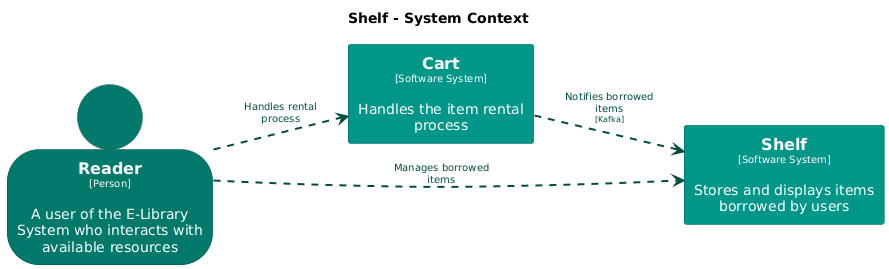
The PlantUML diagram main/png/SystemContext-002.png in Goodmorning918/E-Library-Architecture, before a commit.
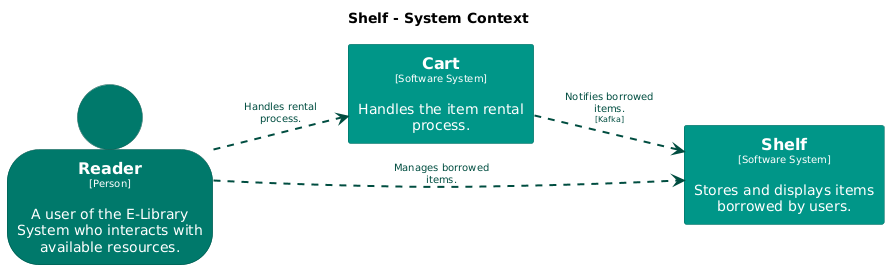
After the change.

The edit, as a diff of the source:
```diff
@@ -32,11 +32,11 @@
   shadowing false
 }
 
-person "==Reader\n<size:10>[Person]</size>\n\nA user of the E-Library System who interacts with available resources" <<Reader>> as Reader
-rectangle "==Cart\n<size:10>[Software System]</size>\n\nHandles the item rental process" <<Cart>> as Cart
-rectangle "==Shelf\n<size:10>[Software System]</size>\n\nStores and displays items borrowed by users" <<Shelf>> as Shelf
+person "==Reader\n<size:10>[Person]</size>\n\nA user of the E-Library System who interacts with available resources." <<Reader>> as Reader
+rectangle "==Cart\n<size:10>[Software System]</size>\n\nHandles the item rental process." <<Cart>> as Cart
+rectangle "==Shelf\n<size:10>[Software System]</size>\n\nStores and displays items borrowed by users." <<Shelf>> as Shelf
 
-Reader .[#004d40,thickness=2].> Shelf : "<color:#004d40>Manages borrowed items"
-Reader .[#004d40,thickness=2].> Cart : "<color:#004d40>Handles rental process"
-Cart .[#004d40,thickness=2].> Shelf : "<color:#004d40>Notifies borrowed items\n<color:#004d40><size:8>[Kafka]</size>"
+Reader .[#004d40,thickness=2].> Shelf : "<color:#004d40>Manages borrowed items."
+Reader .[#004d40,thickness=2].> Cart : "<color:#004d40>Handles rental process."
+Cart .[#004d40,thickness=2].> Shelf : "<color:#004d40>Notifies borrowed items.\n<color:#004d40><size:8>[Kafka]</size>"
 @enduml
```
